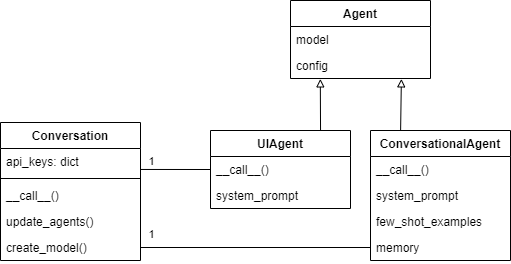
Before: class_diagram.drawio.png, a diagram exported from draw.io (David-Sat/ui-converse). Source tidied: cells renumbered, new cells last; positions are measured from the earlier drawing's top-left corner, leaving out a move shared by most shapes.
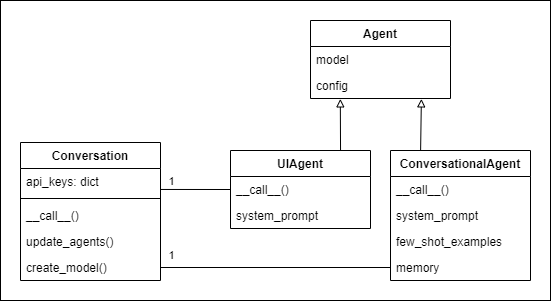
After the commit.

Commit message:
Update class diagram and conversation flow diagrams

What changed in the source:
```diff
@@ -2,6 +2,9 @@
   <root>
     <mxCell id="0" />
     <mxCell id="1" parent="0" />
+    <mxCell id="25" style="rounded=0;whiteSpace=wrap;html=1;" parent="1" vertex="1">
+      <mxGeometry x="-20" y="-20" width="550" height="300" as="geometry" />
+    </mxCell>
     <mxCell id="2" value="Conversation" style="swimlane;fontStyle=1;horizontal=1;startSize=26;fillColor=none;" parent="1" vertex="1">
       <mxGeometry y="122" width="140" height="138" as="geometry" />
     </mxCell>
```
